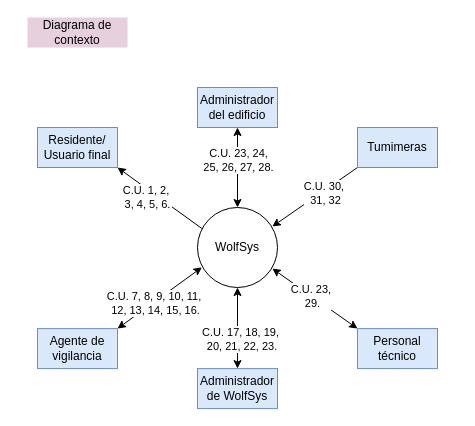
The draw.io diagram Documentación de la arquitectura/Diagramas/Editables-drawio/Diagrama-de-contexto.drawio in LIMoreno04/Caso-de-estudio---WolfSys---Arquitectura, before the edit. Source tidied: cells renumbered, new cells numbered last; positions are measured from the earlier drawing's top-left corner, leaving out a move shared by most shapes. Both pictures are drawn from the tidied source at 100%, with x=0, y=0 at pixel (27, 17).
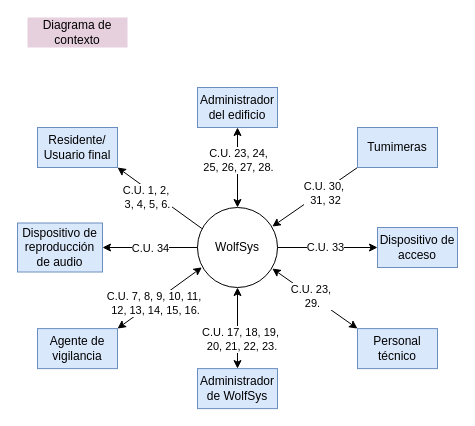
Above is the later version.

Unchanged cells that the change refers to:
```xml
<mxCell id="2" value="WolfSys" style="ellipse;whiteSpace=wrap;html=1;" parent="1" vertex="1">
  <mxGeometry x="170" y="190" width="80" height="80" as="geometry" />
</mxCell>
```

The edit, as a diff of the source:
```diff
@@
+    <mxCell id="22" value="Dispositivo de acceso" style="rounded=0;whiteSpace=wrap;html=1;fillColor=#dae8fc;strokeColor=#6c8ebf;" parent="1" vertex="1">
+      <mxGeometry x="350" y="210" width="80" height="40" as="geometry" />
+    </mxCell>
+    <mxCell id="23" value="Dispositivo de reproducción de audio" style="rounded=0;whiteSpace=wrap;html=1;fillColor=#dae8fc;strokeColor=#6c8ebf;" parent="1" vertex="1">
+      <mxGeometry x="-10" y="205.5" width="85" height="49" as="geometry" />
+    </mxCell>
+    <mxCell id="24" style="endArrow=classic;html=1;rounded=0;exitX=0;exitY=0.5;exitDx=0;exitDy=0;entryX=1;entryY=0.5;entryDx=0;entryDy=0;" parent="1" edge="1" source="2" target="23">
+      <mxGeometry relative="1" as="geometry" />
+    </mxCell>
+    <mxCell id="25" value="C.U. 34" style="edgeLabel;html=1;align=center;verticalAlign=middle;" parent="24" vertex="1">
+      <mxGeometry x="0.01" relative="1" as="geometry" />
+    </mxCell>
+    <mxCell id="26" style="endArrow=classic;html=1;rounded=0;exitX=1;exitY=0.5;exitDx=0;exitDy=0;entryX=0;entryY=0.5;entryDx=0;entryDy=0;" parent="1" edge="1" source="2" target="22">
+      <mxGeometry relative="1" as="geometry" />
+    </mxCell>
+    <mxCell id="27" value="C.U. 33" style="edgeLabel;html=1;align=center;verticalAlign=middle;" parent="26" vertex="1">
+      <mxGeometry x="-0.21" y="-1" relative="1" as="geometry">
+        <mxPoint x="7" y="-2" as="offset" />
+      </mxGeometry>
+    </mxCell>
```
